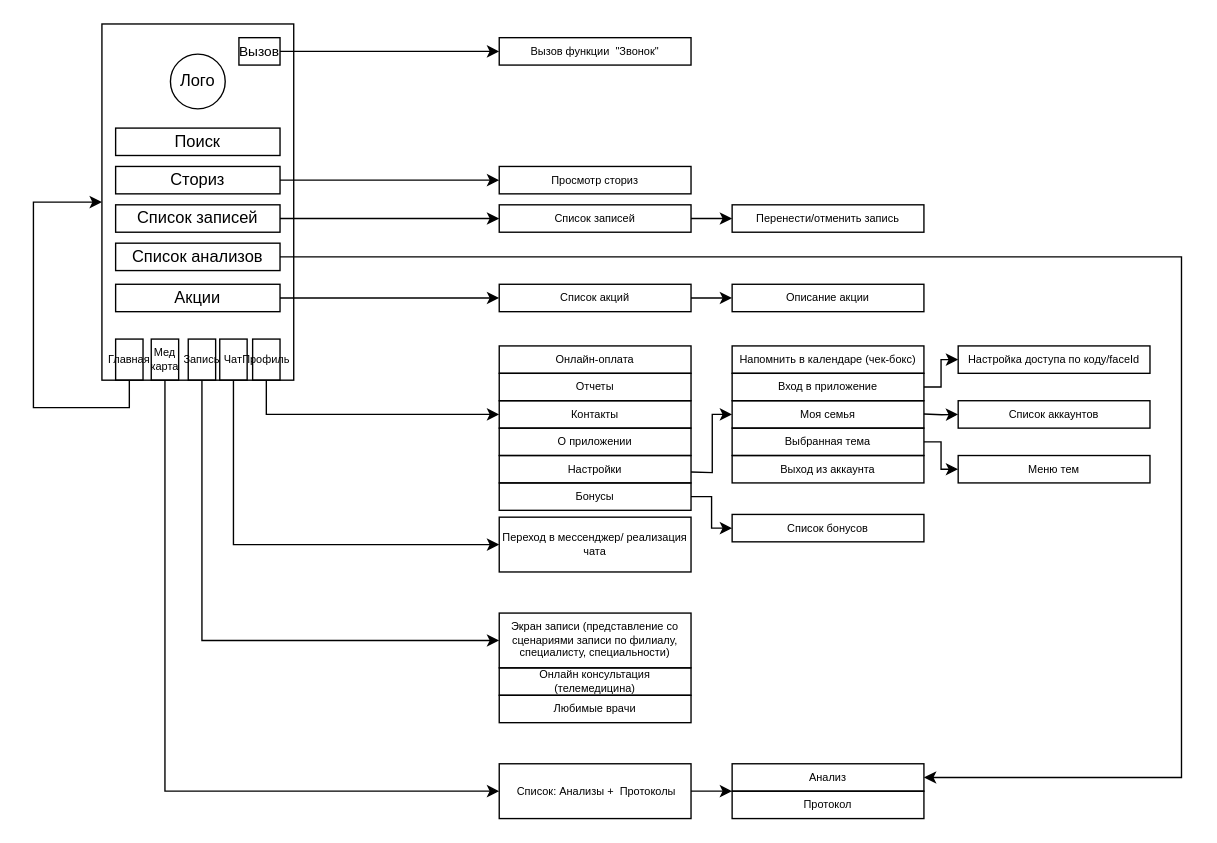
This is User flow.drawio from Maxim-lavrushin/First-Repo, a draw.io file, before an edit. Source tidied: cells renumbered, new cells numbered last; positions are measured from the earlier drawing's top-left corner, leaving out a move shared by most shapes. Both pictures are drawn from the tidied source at 137%, with x=0, y=0 at pixel (33, 23).
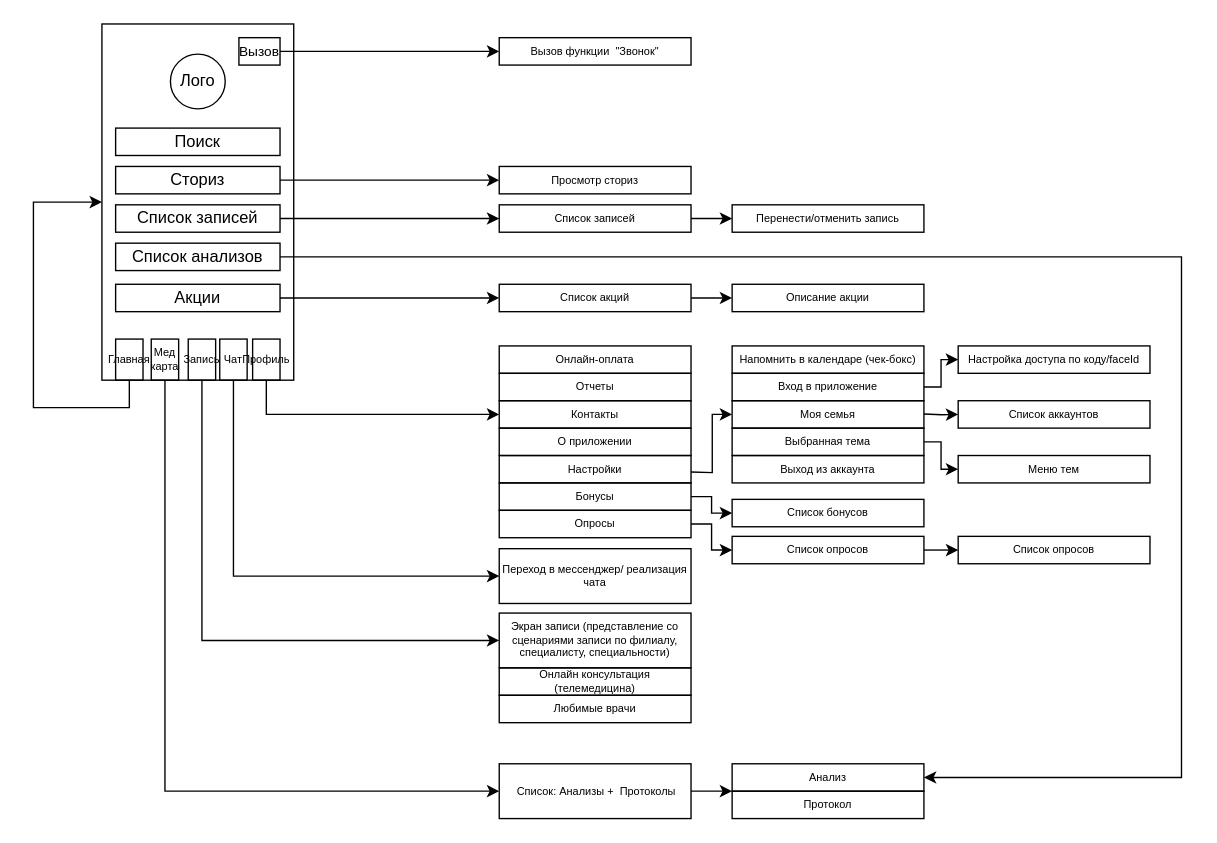
The same page after the edit.

Commit message:
New box for user diagram

Change to the diagram source:
```diff
@@
     <mxCell id="24" value="Переход в мессенджер/ реализация чата" style="whiteSpace=wrap;html=1;strokeColor=#000000;fontSize=8;fillColor=none;" parent="1" vertex="1">
-      <mxGeometry x="339.9" y="360" width="140" height="40" as="geometry" />
+      <mxGeometry x="339.9" y="383" width="140" height="40" as="geometry" />
     </mxCell>
@@
     <mxCell id="52" value="Список бонусов" style="whiteSpace=wrap;html=1;strokeColor=#000000;fontSize=8;fillColor=none;" parent="1" vertex="1">
-      <mxGeometry x="509.9" y="358" width="140" height="20" as="geometry" />
+      <mxGeometry x="509.9" y="347" width="140" height="20" as="geometry" />
     </mxCell>
@@
+    <mxCell id="61" value="Список опросов" style="whiteSpace=wrap;html=1;strokeColor=#000000;fontSize=8;fillColor=none;" parent="1" vertex="1">
+      <mxGeometry x="509.9" y="374" width="140" height="20" as="geometry" />
+    </mxCell>
+    <mxCell id="62" value="Опросы" style="whiteSpace=wrap;html=1;strokeColor=#000000;fontSize=8;fillColor=none;" parent="1" vertex="1">
+      <mxGeometry x="339.9" y="355" width="140" height="20" as="geometry" />
+    </mxCell>
+    <mxCell id="63" style="endArrow=classic;html=1;rounded=0;fontSize=8;edgeStyle=orthogonalEdgeStyle;exitX=1;exitY=0.5;exitDx=0;exitDy=0;" parent="1" edge="1" source="62" target="61">
+      <mxGeometry relative="1" as="geometry" />
+    </mxCell>
+    <mxCell id="64" value="Список опросов" style="whiteSpace=wrap;html=1;strokeColor=#000000;fontSize=8;fillColor=none;" parent="1" vertex="1">
+      <mxGeometry x="674.9" y="374" width="140" height="20" as="geometry" />
+    </mxCell>
+    <mxCell id="65" style="endArrow=classic;html=1;rounded=0;fontSize=8;edgeStyle=orthogonalEdgeStyle;exitX=1;exitY=0.5;exitDx=0;exitDy=0;entryX=0;entryY=0.5;entryDx=0;entryDy=0;" parent="1" edge="1" source="61" target="64">
+      <mxGeometry relative="1" as="geometry" />
+    </mxCell>
```
